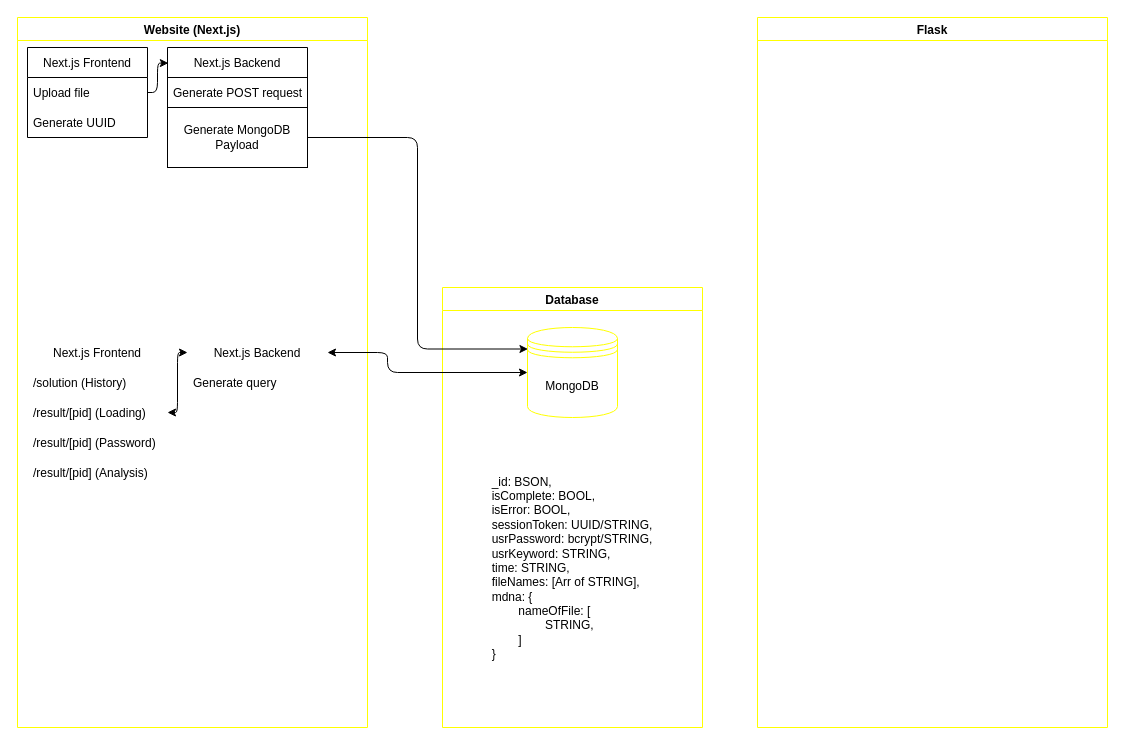
TsienJin/teamHotelTriviaGo keeps this draw.io diagram as page "Diagram" (2 of 2) of tech_breakdown.drawio. Above is the earlier version. Source tidied: cells renumbered, new cells numbered last; positions are measured from the earlier drawing's top-left corner, leaving out a move shared by most shapes. Both pictures are drawn from the tidied source at 100%, with x=0, y=0 at pixel (17, 17).
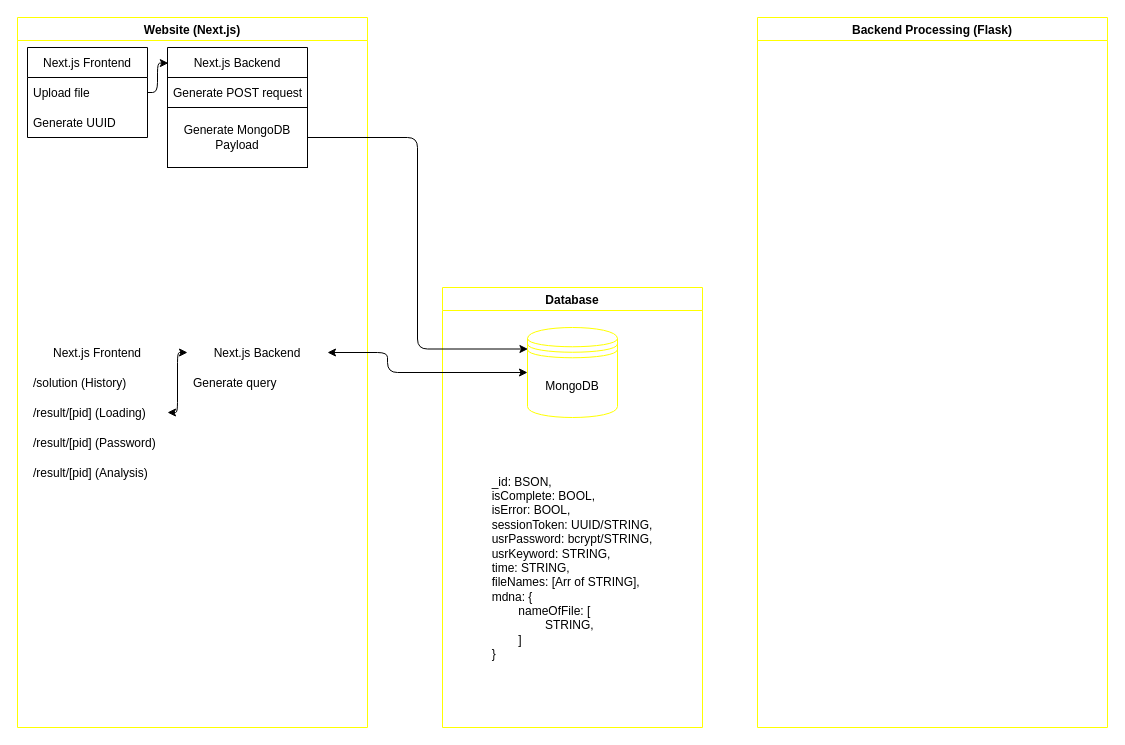
Above is the later version.

Diff of the diagram source:
```diff
@@
-    <mxCell id="22" value="Flask" style="swimlane;sketch=0;rounded=0;strokeColor=#FFFF00;fillColor=none;" parent="1" vertex="1">
+    <mxCell id="22" value="Backend Processing (Flask)" style="swimlane;sketch=0;rounded=0;strokeColor=#FFFF00;fillColor=none;" parent="1" vertex="1">
       <mxGeometry x="740" width="350" height="710" as="geometry" />
     </mxCell>
```
